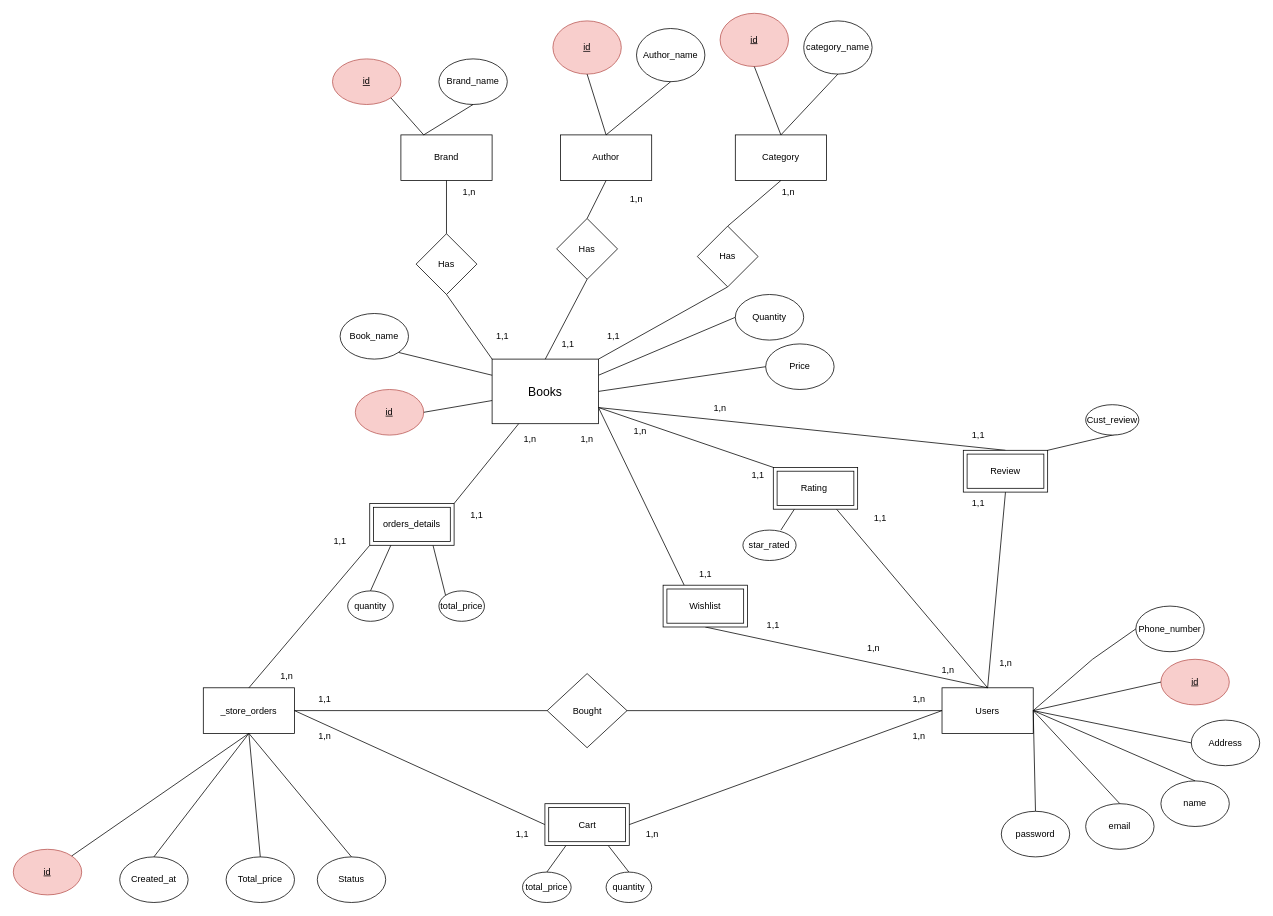
Before: Bookprj.drawio in khanh8603/khanh8603, a draw.io diagram. Source tidied: cells renumbered, new cells numbered last; positions are measured from the earlier drawing's top-left corner, leaving out a move shared by most shapes. Both pictures are drawn from the tidied source at 76%, with x=0, y=0 at pixel (13, 13).
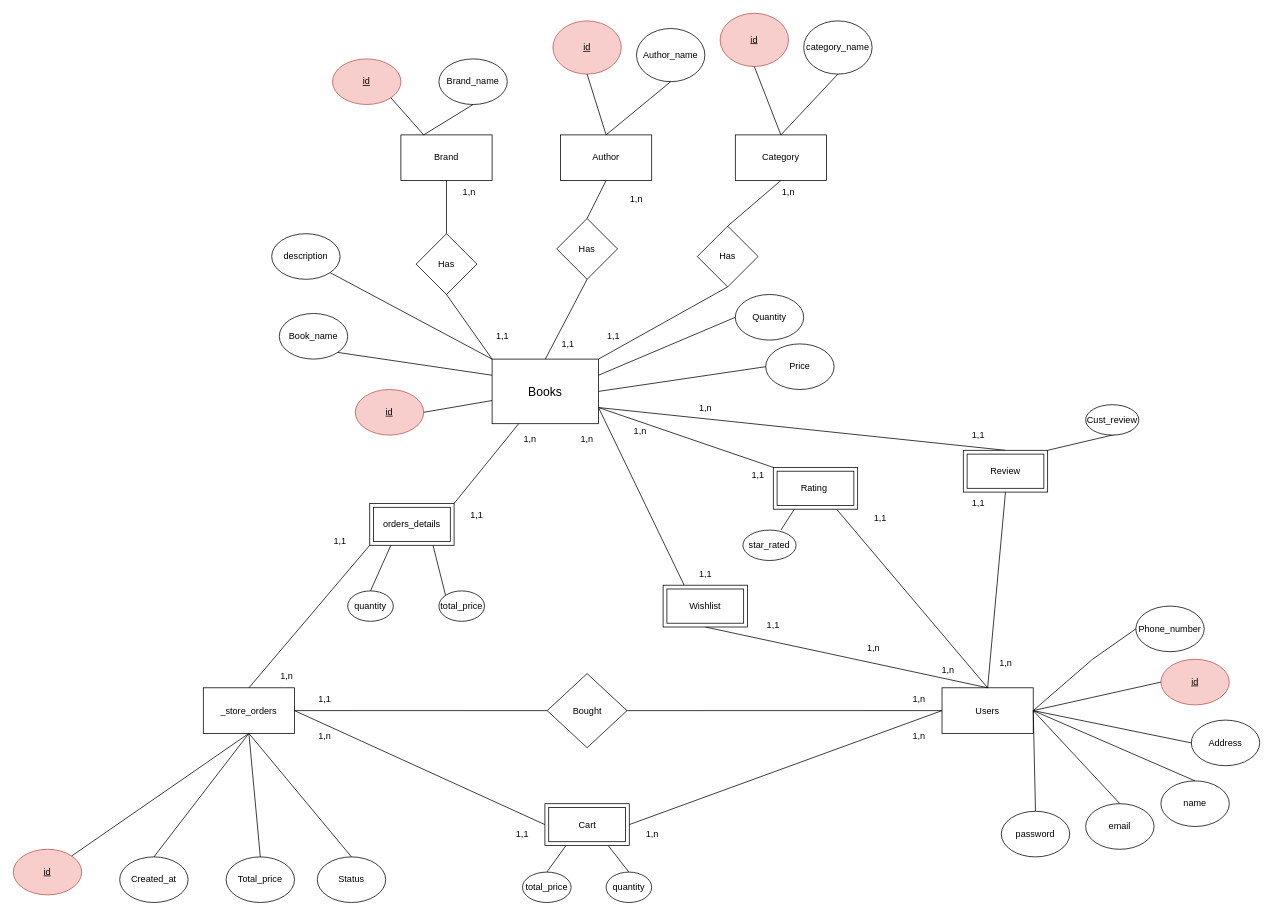
After the change.

Commit message:
Cập nhật Bookprj.drawio

Unchanged cells that the change refers to:
```xml
<mxCell id="6" value="&lt;font style=&quot;font-size: 16px;&quot;&gt;Books&lt;/font&gt;" style="rounded=0;whiteSpace=wrap;html=1;" parent="1" vertex="1">
  <mxGeometry x="630" y="455" width="140" height="85" as="geometry" />
</mxCell>
```

Change to the diagram source:
```diff
@@
     <mxCell id="16" value="Book_name" style="ellipse;whiteSpace=wrap;html=1;" parent="1" vertex="1">
-      <mxGeometry x="430" y="395" width="90" height="60" as="geometry" />
+      <mxGeometry x="350" y="395" width="90" height="60" as="geometry" />
     </mxCell>
@@
     <mxCell id="101" value="1,n" style="text;html=1;strokeColor=none;fillColor=none;align=center;verticalAlign=middle;whiteSpace=wrap;rounded=0;" parent="1" vertex="1">
-      <mxGeometry x="900" y="505" width="60" height="30" as="geometry" />
+      <mxGeometry x="880.5" y="505" width="60" height="30" as="geometry" />
     </mxCell>
@@
+    <mxCell id="115" style="endArrow=none;html=1;rounded=0;exitX=0;exitY=0;exitDx=0;exitDy=0;entryX=1;entryY=1;entryDx=0;entryDy=0;" parent="1" edge="1" source="6" target="116">
+      <mxGeometry relative="1" as="geometry" />
+    </mxCell>
+    <mxCell id="116" value="description" style="ellipse;whiteSpace=wrap;html=1;" parent="1" vertex="1">
+      <mxGeometry x="340" y="290" width="90" height="60" as="geometry" />
+    </mxCell>
```
